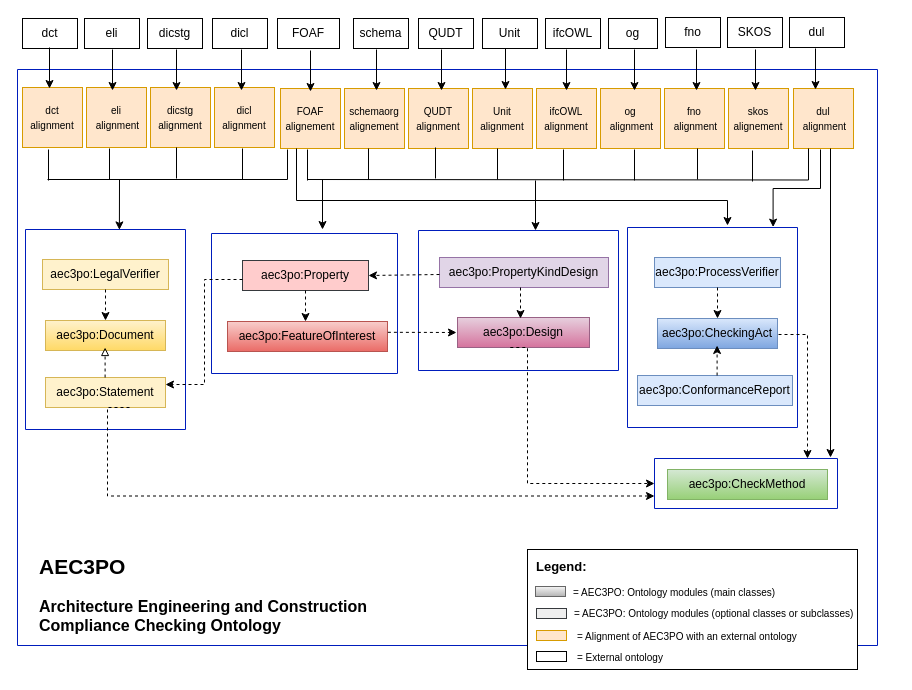
Before: page "alignment" (2 of 47) of src/aec3po.drawio in Accord-Project/aec3po, a draw.io diagram. Source tidied: cells renumbered, new cells numbered last; positions are measured from the earlier drawing's top-left corner, leaving out a move shared by most shapes. Both pictures are drawn from the tidied source at 100%, with x=0, y=0 at pixel (17, 17).
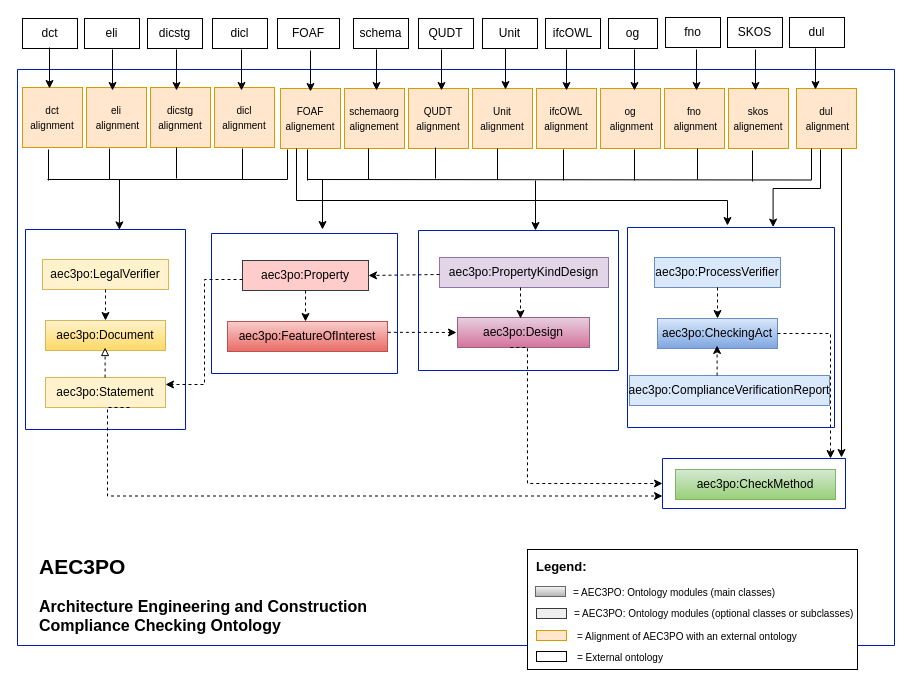
The same page after the edit.

The change refers to these unchanged cells:
```xml
<mxCell id="18" value="aec3po:CheckingAct" style="rounded=0;whiteSpace=wrap;html=1;snapToPoint=1;points=[[0.1,0],[0.2,0],[0.3,0],[0.4,0],[0.5,0],[0.6,0],[0.7,0],[0.8,0],[0.9,0],[0,0.1],[0,0.3],[0,0.5],[0,0.7],[0,0.9],[0.1,1],[0.2,1],[0.3,1],[0.4,1],[0.5,1],[0.6,1],[0.7,1],[0.8,1],[0.9,1],[1,0.1],[1,0.3],[1,0.5],[1,0.7],[1,0.9]];shadow=0;strokeColor=#6c8ebf;fillColor=#dae8fc;gradientColor=#7ea6e0;" parent="1" vertex="1">
  <mxGeometry x="640" y="301" width="120" height="30" as="geometry" />
</mxCell>
```

What changed in the source:
```diff
@@
-    <mxCell id="16" value="aec3po:ConformanceReport" style="rounded=0;whiteSpace=wrap;html=1;fillColor=#dae8fc;strokeColor=#6c8ebf;" parent="1" vertex="1">
-      <mxGeometry x="620" y="358" width="155" height="30" as="geometry" />
+    <mxCell id="16" value="aec3po:ComplianceVerificationReport" style="rounded=0;whiteSpace=wrap;html=1;fillColor=#dae8fc;strokeColor=#6c8ebf;" parent="1" vertex="1">
+      <mxGeometry x="612" y="358" width="200" height="30" as="geometry" />
     </mxCell>
@@
     <mxCell id="21" style="swimlane;startSize=0;fillColor=#0050EF;fontColor=#ffffff;strokeColor=#001DBC;" parent="1" vertex="1">
-      <mxGeometry x="610" y="210" width="170" height="200" as="geometry" />
+      <mxGeometry x="610" y="210" width="207" height="200" as="geometry" />
     </mxCell>
     <mxCell id="22" value="aec3po:CheckMethod" style="rounded=0;whiteSpace=wrap;html=1;shadow=0;strokeColor=#82b366;fillColor=#d5e8d4;gradientColor=#97d077;" parent="1" vertex="1">
-      <mxGeometry x="650" y="452" width="160" height="30" as="geometry" />
+      <mxGeometry x="658" y="452" width="160" height="30" as="geometry" />
     </mxCell>
     <mxCell id="23" style="swimlane;startSize=0;fillColor=#0050EF;fontColor=#ffffff;strokeColor=#001DBC;" parent="1" vertex="1">
-      <mxGeometry x="637" y="441" width="183" height="50" as="geometry" />
+      <mxGeometry x="645" y="441" width="183" height="50" as="geometry" />
     </mxCell>
@@
     <mxCell id="41" value="&lt;font style=&quot;font-size: 10px;&quot;&gt;dul&lt;br&gt;&amp;nbsp;alignment&lt;/font&gt;" style="whiteSpace=wrap;html=1;fillColor=#ffe6cc;strokeColor=#d79b00;" parent="1" vertex="1">
-      <mxGeometry x="776" y="71" width="60" height="60" as="geometry" />
+      <mxGeometry x="779" y="71" width="60" height="60" as="geometry" />
     </mxCell>
@@
     <mxCell id="54" style="endArrow=classic;html=1;rounded=0;entryX=1;entryY=0;entryDx=0;entryDy=0;" parent="1" edge="1">
       <mxGeometry relative="1" as="geometry">
-        <mxPoint x="813" y="131" as="sourcePoint" />
-        <mxPoint x="813" y="440" as="targetPoint" />
+        <mxPoint x="824" y="131" as="sourcePoint" />
+        <mxPoint x="824" y="440" as="targetPoint" />
       </mxGeometry>
     </mxCell>
@@
-    <mxCell id="59" style="endArrow=classic;html=1;rounded=0;exitX=1;exitY=0.7;exitDx=0;exitDy=0;edgeStyle=elbowEdgeStyle;dashed=1;" parent="1" edge="1" target="23">
+    <mxCell id="59" style="endArrow=classic;html=1;rounded=0;exitX=1;exitY=0.5;exitDx=0;exitDy=0;edgeStyle=elbowEdgeStyle;dashed=1;" parent="1" edge="1" source="18">
       <mxGeometry relative="1" as="geometry">
-        <mxPoint x="761" y="317" as="sourcePoint" />
+        <mxPoint x="813" y="441" as="targetPoint" />
         <Array as="points">
-          <mxPoint x="790" y="382" />
+          <mxPoint x="813" y="382" />
         </Array>
       </mxGeometry>
     </mxCell>
     <mxCell id="60" style="swimlane;startSize=0;fillColor=#0050EF;fontColor=#ffffff;strokeColor=#001DBC;" parent="1" vertex="1">
-      <mxGeometry y="52" width="860" height="576" as="geometry" />
+      <mxGeometry y="52" width="877" height="576" as="geometry" />
     </mxCell>
```
